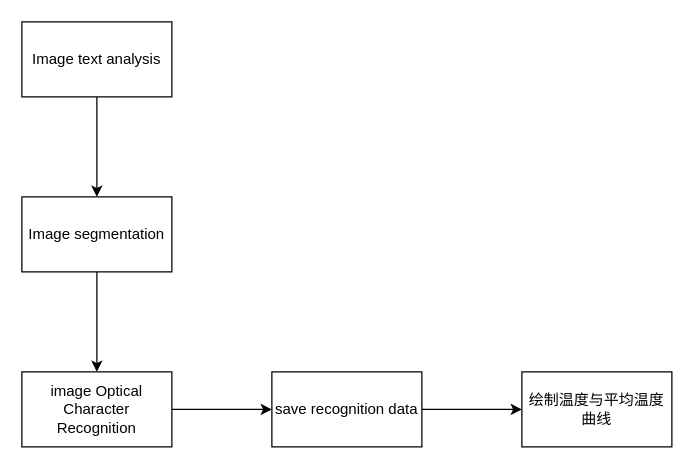
Earlier version of the draw.io diagram 2022亚太赛.drawio (xiaoJ136/myDrawio). Source tidied: cells renumbered, new cells numbered last; positions are measured from the earlier drawing's top-left corner, leaving out a move shared by most shapes. Both pictures are drawn from the tidied source at 125%, with x=0, y=0 at pixel (21, 21).
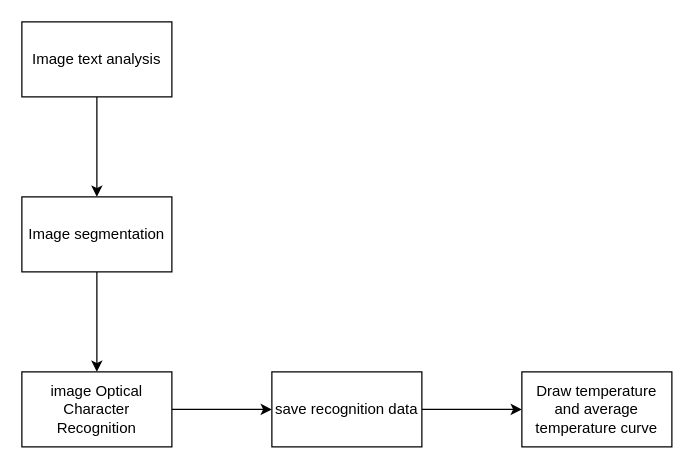
After the change.

Commit message:
更新2022亚太赛.drawio

Change to the diagram source:
```diff
@@
 <mxGraphModel>
   <root>
     <mxCell id="0" />
     <mxCell id="1" parent="0" />
     <mxCell id="2" style="edgeStyle=orthogonalEdgeStyle;rounded=0;jettySize=auto;html=1;" parent="1" edge="1" source="3" target="5">
       <mxGeometry relative="1" as="geometry" />
     </mxCell>
     <mxCell id="3" value="Image text analysis" style="rounded=0;whiteSpace=wrap;html=1;" parent="1" vertex="1">
       <mxGeometry width="120" height="60" as="geometry" />
     </mxCell>
     <mxCell id="4" style="edgeStyle=orthogonalEdgeStyle;rounded=0;jettySize=auto;html=1;" parent="1" edge="1" source="5" target="7">
       <mxGeometry relative="1" as="geometry" />
     </mxCell>
     <mxCell id="5" value="Image segmentation" style="rounded=0;whiteSpace=wrap;html=1;" parent="1" vertex="1">
       <mxGeometry y="140" width="120" height="60" as="geometry" />
     </mxCell>
     <mxCell id="6" style="edgeStyle=orthogonalEdgeStyle;rounded=0;jettySize=auto;html=1;" parent="1" edge="1" source="7" target="9">
       <mxGeometry relative="1" as="geometry" />
     </mxCell>
     <mxCell id="7" value="image&amp;nbsp;Optical Character Recognition" style="rounded=0;whiteSpace=wrap;html=1;" parent="1" vertex="1">
       <mxGeometry y="280" width="120" height="60" as="geometry" />
     </mxCell>
     <mxCell id="8" style="edgeStyle=orthogonalEdgeStyle;rounded=0;jettySize=auto;html=1;" parent="1" edge="1" source="9" target="10">
       <mxGeometry relative="1" as="geometry" />
     </mxCell>
     <mxCell id="9" value="save&amp;nbsp;recognition data" style="whiteSpace=wrap;html=1;rounded=0;" parent="1" vertex="1">
       <mxGeometry x="200" y="280" width="120" height="60" as="geometry" />
     </mxCell>
-    <mxCell id="10" value="绘制温度与平均温度曲线" style="whiteSpace=wrap;html=1;rounded=0;" parent="1" vertex="1">
+    <mxCell id="10" value="Draw temperature and average temperature curve" style="whiteSpace=wrap;html=1;rounded=0;" parent="1" vertex="1">
       <mxGeometry x="400" y="280" width="120" height="60" as="geometry" />
     </mxCell>
   </root>
 </mxGraphModel>
```
